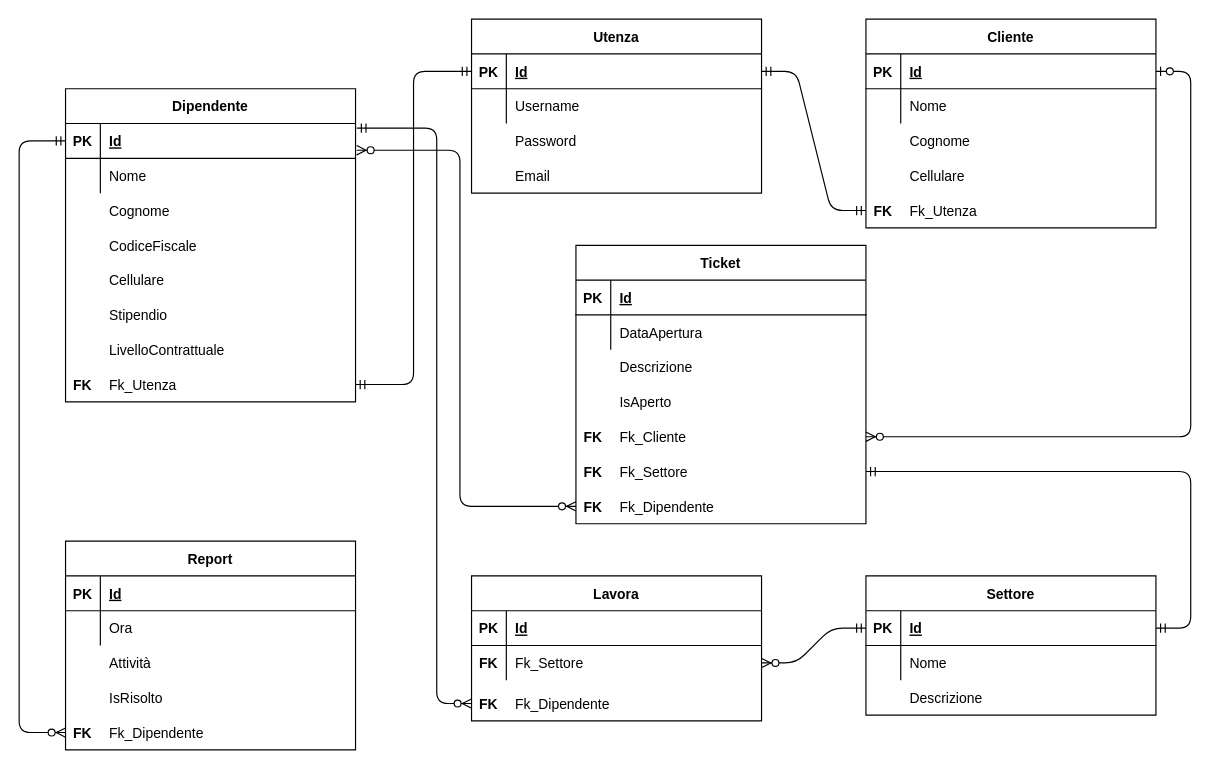
Earlier version of the draw.io diagram gpoi/infoservice_crowsfoot.drawio (InfoServiceEASY/SitoInfoService). Source tidied: cells renumbered, new cells numbered last; positions are measured from the earlier drawing's top-left corner, leaving out a move shared by most shapes. Both pictures are drawn from the tidied source at 116%, with x=0, y=0 at pixel (19, 19).
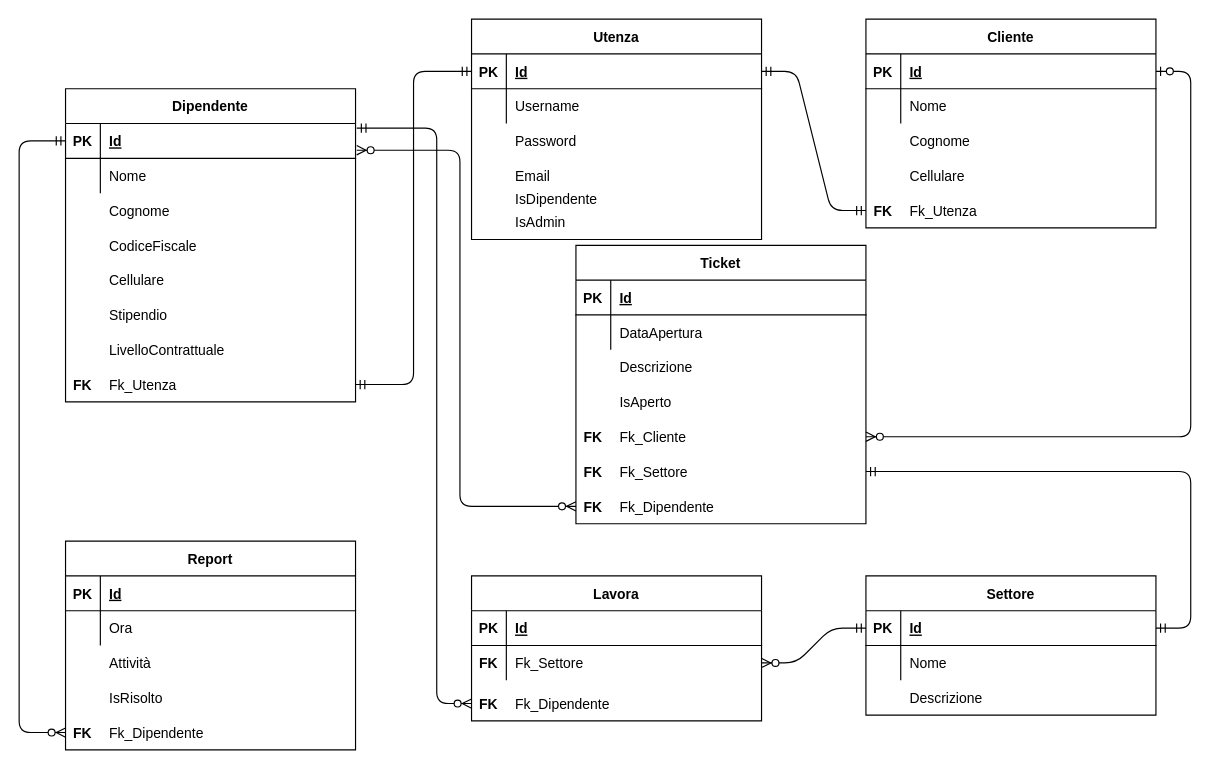
The same page after the edit.

The edit, as a diff of the source:
```diff
@@
     <mxCell id="47" value="Utenza" style="shape=table;startSize=30;childLayout=tableLayout;rowLines=0;fontStyle=1;align=center;" parent="1" vertex="1">
-      <mxGeometry x="390" width="250" height="150" as="geometry" />
+      <mxGeometry x="390" width="250" height="190" as="geometry" />
     </mxCell>
@@
+    <mxCell id="122" style="shape=partialRectangle;fillColor=none;top=0;left=0;right=0;bottom=0;" parent="1" vertex="1">
+      <mxGeometry x="390" y="140" width="250" height="30" as="geometry" />
+    </mxCell>
+    <mxCell id="123" style="shape=partialRectangle;overflow=hidden;fillColor=none;top=0;left=0;bottom=0;right=0;" parent="122" vertex="1">
+      <mxGeometry width="30" height="30" as="geometry" />
+    </mxCell>
+    <mxCell id="124" value="IsDipendente" style="shape=partialRectangle;overflow=hidden;fillColor=none;top=0;left=0;bottom=0;right=0;align=left;spacingLeft=6;" parent="122" vertex="1">
+      <mxGeometry x="30" width="220" height="30" as="geometry" />
+    </mxCell>
+    <mxCell id="125" style="shape=partialRectangle;fillColor=none;top=0;left=0;right=0;bottom=0;" parent="1" vertex="1">
+      <mxGeometry x="390" y="160" width="250" height="30" as="geometry" />
+    </mxCell>
+    <mxCell id="126" style="shape=partialRectangle;overflow=hidden;fillColor=none;top=0;left=0;bottom=0;right=0;" parent="125" vertex="1">
+      <mxGeometry width="30" height="30" as="geometry" />
+    </mxCell>
+    <mxCell id="127" value="IsAdmin" style="shape=partialRectangle;overflow=hidden;fillColor=none;top=0;left=0;bottom=0;right=0;align=left;spacingLeft=6;" parent="125" vertex="1">
+      <mxGeometry x="30" width="220" height="30" as="geometry" />
+    </mxCell>
```
